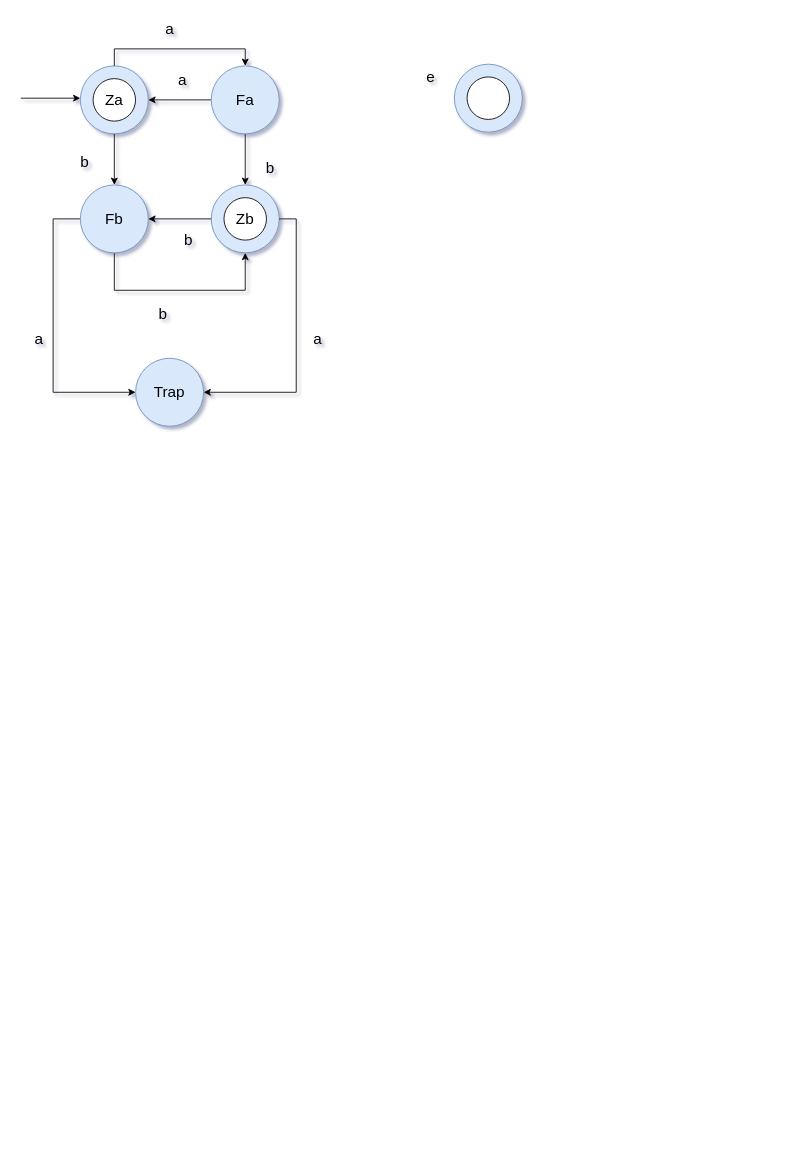
Earlier version of the draw.io diagram HW2/HW2-P.drawio (mohsenkamini/SBU_FLA). Source tidied: cells renumbered, new cells numbered last; positions are measured from the earlier drawing's top-left corner, leaving out a move shared by most shapes. Both pictures are drawn from the tidied source at 85%, with x=0, y=0 at pixel (20, 14).
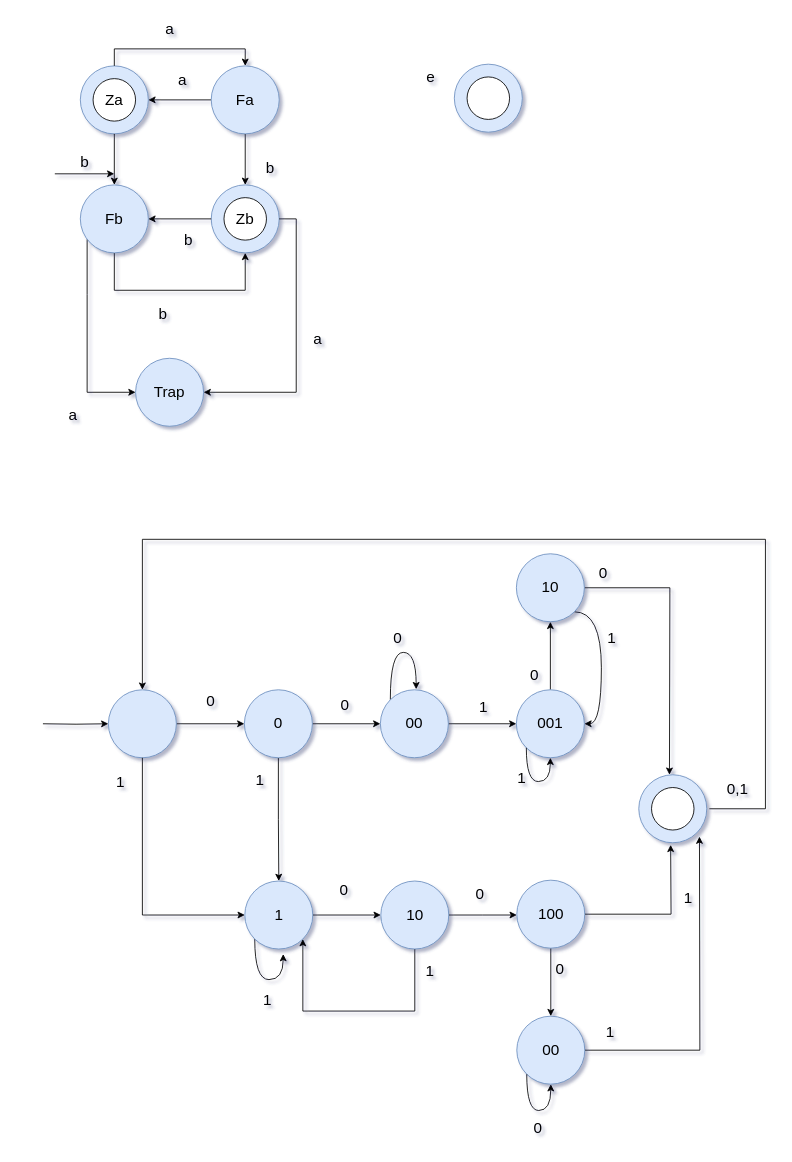
The same diagram, later.

Unchanged cells that the change refers to:
```xml
<mxCell id="18" value="Fb" style="ellipse;whiteSpace=wrap;html=1;hachureGap=4;fillColor=#dae8fc;strokeColor=#6c8ebf;rounded=0;fontSize=18;" parent="1" vertex="1">
  <mxGeometry x="70" y="200" width="80" height="80" as="geometry" />
</mxCell>
<mxCell id="28" value="Trap" style="ellipse;whiteSpace=wrap;html=1;hachureGap=4;fillColor=#dae8fc;strokeColor=#6c8ebf;rounded=0;fontSize=18;" parent="1" vertex="1">
  <mxGeometry x="135" y="404" width="80" height="80" as="geometry" />
</mxCell>
```

The edit, as a diff of the source:
```diff
@@
     <mxCell id="2" style="edgeStyle=orthogonalEdgeStyle;rounded=0;orthogonalLoop=1;jettySize=auto;html=1;exitX=1;exitY=0.5;exitDx=0;exitDy=0;entryX=0;entryY=0.5;entryDx=0;entryDy=0;fontSize=18;" parent="1" edge="1">
       <mxGeometry relative="1" as="geometry">
-        <mxPoint y="98" as="sourcePoint" />
-        <mxPoint x="70" y="98" as="targetPoint" />
+        <mxPoint x="40" y="187" as="sourcePoint" />
+        <mxPoint x="110" y="187" as="targetPoint" />
       </mxGeometry>
     </mxCell>
@@
     <mxCell id="17" style="edgeStyle=orthogonalEdgeStyle;rounded=0;jettySize=auto;html=1;entryX=0;entryY=0.5;entryDx=0;entryDy=0;fontFamily=Helvetica;fontSize=18;fontColor=default;" parent="1" edge="1" source="18" target="28">
       <mxGeometry relative="1" as="geometry">
         <Array as="points">
-          <mxPoint x="38" y="240" />
-          <mxPoint x="38" y="444" />
+          <mxPoint x="78" y="329" />
+          <mxPoint x="78" y="533" />
         </Array>
       </mxGeometry>
     </mxCell>
@@
     <mxCell id="31" value="a" style="text;html=1;align=center;verticalAlign=middle;strokeColor=none;fillColor=none;fontFamily=Helvetica;fontSize=18;fontColor=default;" parent="1" vertex="1">
-      <mxGeometry x="7" y="365" width="28" height="34" as="geometry" />
+      <mxGeometry x="47" y="454" width="28" height="34" as="geometry" />
     </mxCell>
+    <mxCell id="32" style="edgeStyle=orthogonalEdgeStyle;rounded=0;jettySize=auto;html=1;fontFamily=Helvetica;fontSize=18;fontColor=default;" parent="1" edge="1" source="33" target="37">
+      <mxGeometry relative="1" as="geometry" />
+    </mxCell>
+    <mxCell id="33" value="&lt;div&gt;&lt;br&gt;&lt;/div&gt;" style="ellipse;whiteSpace=wrap;html=1;hachureGap=4;fillColor=#dae8fc;strokeColor=#6c8ebf;rounded=0;fontSize=18;" parent="1" vertex="1">
+      <mxGeometry x="103" y="794" width="80" height="80" as="geometry" />
+    </mxCell>
+    <mxCell id="34" style="edgeStyle=orthogonalEdgeStyle;rounded=0;jettySize=auto;html=1;fontSize=18;entryX=0;entryY=0.5;entryDx=0;entryDy=0;" parent="1" edge="1" target="33">
+      <mxGeometry relative="1" as="geometry">
+        <mxPoint x="26" y="834" as="sourcePoint" />
+      </mxGeometry>
+    </mxCell>
+    <mxCell id="35" style="edgeStyle=orthogonalEdgeStyle;rounded=0;jettySize=auto;html=1;fontFamily=Helvetica;fontSize=18;fontColor=default;" parent="1" edge="1" source="37" target="40">
+      <mxGeometry relative="1" as="geometry" />
+    </mxCell>
+    <mxCell id="36" style="edgeStyle=orthogonalEdgeStyle;rounded=0;jettySize=auto;html=1;exitX=0.5;exitY=1;exitDx=0;exitDy=0;entryX=0.5;entryY=0;entryDx=0;entryDy=0;fontFamily=Helvetica;fontSize=18;fontColor=default;" parent="1" edge="1" source="37" target="46">
+      <mxGeometry relative="1" as="geometry" />
+    </mxCell>
+    <mxCell id="37" value="0" style="ellipse;whiteSpace=wrap;html=1;fontSize=18;fillColor=#dae8fc;strokeColor=#6c8ebf;hachureGap=4;rounded=0;" parent="1" vertex="1">
+      <mxGeometry x="263" y="794" width="80" height="80" as="geometry" />
+    </mxCell>
+    <mxCell id="38" style="edgeStyle=orthogonalEdgeStyle;rounded=0;jettySize=auto;html=1;fontFamily=Helvetica;fontSize=18;fontColor=default;" parent="1" edge="1" source="40" target="42">
+      <mxGeometry relative="1" as="geometry" />
+    </mxCell>
+    <mxCell id="39" style="edgeStyle=orthogonalEdgeStyle;rounded=0;jettySize=auto;html=1;exitX=0;exitY=0;exitDx=0;exitDy=0;fontFamily=Helvetica;fontSize=18;fontColor=default;curved=1;" parent="1" edge="1" source="40">
+      <mxGeometry relative="1" as="geometry">
+        <mxPoint x="465.1" y="793.4" as="targetPoint" />
+        <Array as="points">
+          <mxPoint x="435" y="750" />
+          <mxPoint x="465" y="750" />
+        </Array>
+      </mxGeometry>
+    </mxCell>
+    <mxCell id="40" value="00" style="ellipse;whiteSpace=wrap;html=1;fontSize=18;fillColor=#dae8fc;strokeColor=#6c8ebf;hachureGap=4;rounded=0;" parent="1" vertex="1">
+      <mxGeometry x="423" y="794" width="80" height="80" as="geometry" />
+    </mxCell>
+    <mxCell id="41" style="edgeStyle=orthogonalEdgeStyle;rounded=0;jettySize=auto;html=1;fontFamily=Helvetica;fontSize=18;fontColor=default;" parent="1" edge="1" source="42" target="77">
+      <mxGeometry relative="1" as="geometry" />
+    </mxCell>
+    <mxCell id="42" value="001" style="ellipse;whiteSpace=wrap;html=1;fontSize=18;fillColor=#dae8fc;strokeColor=#6c8ebf;hachureGap=4;rounded=0;" parent="1" vertex="1">
+      <mxGeometry x="583" y="794" width="80" height="80" as="geometry" />
+    </mxCell>
+    <mxCell id="43" style="edgeStyle=orthogonalEdgeStyle;rounded=0;jettySize=auto;html=1;fontFamily=Helvetica;fontSize=18;fontColor=default;exitX=0.5;exitY=1;exitDx=0;exitDy=0;" parent="1" edge="1" source="33" target="46">
+      <mxGeometry relative="1" as="geometry">
+        <Array as="points">
+          <mxPoint x="143" y="1059" />
+        </Array>
+      </mxGeometry>
+    </mxCell>
+    <mxCell id="44" style="edgeStyle=orthogonalEdgeStyle;rounded=0;jettySize=auto;html=1;fontFamily=Helvetica;fontSize=18;fontColor=default;" parent="1" edge="1" source="46" target="49">
+      <mxGeometry relative="1" as="geometry" />
+    </mxCell>
+    <mxCell id="45" style="edgeStyle=orthogonalEdgeStyle;rounded=0;jettySize=auto;html=1;exitX=0;exitY=1;exitDx=0;exitDy=0;fontFamily=Helvetica;fontSize=18;fontColor=default;curved=1;" parent="1" edge="1" source="46">
+      <mxGeometry relative="1" as="geometry">
+        <mxPoint x="308.7" y="1104.9" as="targetPoint" />
+        <Array as="points">
+          <mxPoint x="275" y="1135" />
+          <mxPoint x="309" y="1135" />
+        </Array>
+      </mxGeometry>
+    </mxCell>
+    <mxCell id="46" value="1" style="ellipse;whiteSpace=wrap;html=1;fontSize=18;fillColor=#dae8fc;strokeColor=#6c8ebf;hachureGap=4;rounded=0;" parent="1" vertex="1">
+      <mxGeometry x="263.5" y="1019" width="80" height="80" as="geometry" />
+    </mxCell>
+    <mxCell id="47" style="edgeStyle=orthogonalEdgeStyle;rounded=0;jettySize=auto;html=1;fontFamily=Helvetica;fontSize=18;fontColor=default;" parent="1" edge="1" source="49">
+      <mxGeometry relative="1" as="geometry">
+        <mxPoint x="583.5" y="1059" as="targetPoint" />
+      </mxGeometry>
+    </mxCell>
+    <mxCell id="48" style="edgeStyle=orthogonalEdgeStyle;rounded=0;jettySize=auto;html=1;exitX=0.5;exitY=1;exitDx=0;exitDy=0;entryX=1;entryY=1;entryDx=0;entryDy=0;fontFamily=Helvetica;fontSize=18;fontColor=default;" parent="1" edge="1" source="49" target="46">
+      <mxGeometry relative="1" as="geometry">
+        <Array as="points">
+          <mxPoint x="464" y="1172" />
+          <mxPoint x="332" y="1172" />
+        </Array>
+      </mxGeometry>
+    </mxCell>
+    <mxCell id="49" value="10" style="ellipse;whiteSpace=wrap;html=1;fontSize=18;fillColor=#dae8fc;strokeColor=#6c8ebf;hachureGap=4;rounded=0;" parent="1" vertex="1">
+      <mxGeometry x="423.5" y="1019" width="80" height="80" as="geometry" />
+    </mxCell>
+    <mxCell id="50" style="edgeStyle=orthogonalEdgeStyle;rounded=0;jettySize=auto;html=1;exitX=1;exitY=0.5;exitDx=0;exitDy=0;fontFamily=Helvetica;fontSize=18;fontColor=default;" parent="1" edge="1" source="52">
+      <mxGeometry relative="1" as="geometry">
+        <mxPoint x="764.5" y="976.4" as="targetPoint" />
+      </mxGeometry>
+    </mxCell>
+    <mxCell id="51" style="edgeStyle=orthogonalEdgeStyle;rounded=0;jettySize=auto;html=1;fontFamily=Helvetica;fontSize=18;fontColor=default;" parent="1" edge="1" source="52" target="68">
+      <mxGeometry relative="1" as="geometry" />
+    </mxCell>
+    <mxCell id="52" value="100" style="ellipse;whiteSpace=wrap;html=1;fontSize=18;fillColor=#dae8fc;strokeColor=#6c8ebf;hachureGap=4;rounded=0;" parent="1" vertex="1">
+      <mxGeometry x="583.5" y="1018" width="80" height="80" as="geometry" />
+    </mxCell>
+    <mxCell id="53" value="0" style="text;html=1;align=center;verticalAlign=middle;strokeColor=none;fillColor=none;fontFamily=Helvetica;fontSize=18;fontColor=default;" parent="1" vertex="1">
+      <mxGeometry x="209" y="790" width="28" height="34" as="geometry" />
+    </mxCell>
+    <mxCell id="54" value="0" style="text;html=1;align=center;verticalAlign=middle;strokeColor=none;fillColor=none;fontFamily=Helvetica;fontSize=18;fontColor=default;" parent="1" vertex="1">
+      <mxGeometry x="367" y="795" width="28" height="34" as="geometry" />
+    </mxCell>
+    <mxCell id="55" value="1" style="text;html=1;align=center;verticalAlign=middle;strokeColor=none;fillColor=none;fontFamily=Helvetica;fontSize=18;fontColor=default;" parent="1" vertex="1">
+      <mxGeometry x="530" y="798" width="28" height="34" as="geometry" />
+    </mxCell>
+    <mxCell id="56" value="1" style="text;html=1;align=center;verticalAlign=middle;strokeColor=none;fillColor=none;fontFamily=Helvetica;fontSize=18;fontColor=default;" parent="1" vertex="1">
+      <mxGeometry x="103" y="886" width="28" height="34" as="geometry" />
+    </mxCell>
+    <mxCell id="57" value="0" style="text;html=1;align=center;verticalAlign=middle;strokeColor=none;fillColor=none;fontFamily=Helvetica;fontSize=18;fontColor=default;" parent="1" vertex="1">
+      <mxGeometry x="365.5" y="1013" width="28" height="34" as="geometry" />
+    </mxCell>
+    <mxCell id="58" value="0" style="text;html=1;align=center;verticalAlign=middle;strokeColor=none;fillColor=none;fontFamily=Helvetica;fontSize=18;fontColor=default;" parent="1" vertex="1">
+      <mxGeometry x="525.5" y="1018" width="28" height="34" as="geometry" />
+    </mxCell>
+    <mxCell id="59" value="1" style="text;html=1;align=center;verticalAlign=middle;strokeColor=none;fillColor=none;fontFamily=Helvetica;fontSize=18;fontColor=default;" parent="1" vertex="1">
+      <mxGeometry x="276" y="1142" width="28" height="34" as="geometry" />
+    </mxCell>
+    <mxCell id="60" value="1" style="text;html=1;align=center;verticalAlign=middle;strokeColor=none;fillColor=none;fontFamily=Helvetica;fontSize=18;fontColor=default;" parent="1" vertex="1">
+      <mxGeometry x="467" y="1108" width="28" height="34" as="geometry" />
+    </mxCell>
+    <mxCell id="61" value="1" style="text;html=1;align=center;verticalAlign=middle;strokeColor=none;fillColor=none;fontFamily=Helvetica;fontSize=18;fontColor=default;" parent="1" vertex="1">
+      <mxGeometry x="267" y="883" width="28" height="34" as="geometry" />
+    </mxCell>
+    <mxCell id="62" value="0" style="text;html=1;align=center;verticalAlign=middle;strokeColor=none;fillColor=none;fontFamily=Helvetica;fontSize=18;fontColor=default;" parent="1" vertex="1">
+      <mxGeometry x="429" y="716" width="28" height="34" as="geometry" />
+    </mxCell>
+    <mxCell id="63" style="group;" parent="1" vertex="1">
+      <mxGeometry x="727" y="894" width="80" height="80" as="geometry" />
+    </mxCell>
+    <mxCell id="64" style="ellipse;whiteSpace=wrap;html=1;hachureGap=4;fillColor=#dae8fc;strokeColor=#6c8ebf;rounded=0;fontSize=18;" parent="63" vertex="1">
+      <mxGeometry width="80" height="80" as="geometry" />
+    </mxCell>
+    <mxCell id="65" style="ellipse;whiteSpace=wrap;html=1;hachureGap=4;rounded=0;fontSize=18;" parent="63" vertex="1">
+      <mxGeometry x="15" y="15" width="50" height="50" as="geometry" />
+    </mxCell>
+    <mxCell id="66" value="1" style="text;html=1;align=center;verticalAlign=middle;strokeColor=none;fillColor=none;fontFamily=Helvetica;fontSize=18;fontColor=default;" parent="1" vertex="1">
+      <mxGeometry x="771" y="1022" width="28" height="34" as="geometry" />
+    </mxCell>
+    <mxCell id="67" style="edgeStyle=orthogonalEdgeStyle;rounded=0;jettySize=auto;html=1;fontFamily=Helvetica;fontSize=18;fontColor=default;" parent="1" edge="1" source="68">
+      <mxGeometry relative="1" as="geometry">
+        <mxPoint x="798.4" y="966.7" as="targetPoint" />
+      </mxGeometry>
+    </mxCell>
+    <mxCell id="68" value="00" style="ellipse;whiteSpace=wrap;html=1;fontSize=18;fillColor=#dae8fc;strokeColor=#6c8ebf;hachureGap=4;rounded=0;" parent="1" vertex="1">
+      <mxGeometry x="583.5" y="1178" width="80" height="80" as="geometry" />
+    </mxCell>
+    <mxCell id="69" value="0" style="text;html=1;align=center;verticalAlign=middle;strokeColor=none;fillColor=none;fontFamily=Helvetica;fontSize=18;fontColor=default;" parent="1" vertex="1">
+      <mxGeometry x="620" y="1106" width="28" height="34" as="geometry" />
+    </mxCell>
+    <mxCell id="70" value="1" style="text;html=1;align=center;verticalAlign=middle;strokeColor=none;fillColor=none;fontFamily=Helvetica;fontSize=18;fontColor=default;" parent="1" vertex="1">
+      <mxGeometry x="679" y="1180" width="28" height="34" as="geometry" />
+    </mxCell>
+    <mxCell id="71" style="edgeStyle=orthogonalEdgeStyle;rounded=0;orthogonalLoop=1;jettySize=auto;html=1;exitX=0;exitY=1;exitDx=0;exitDy=0;entryX=0.5;entryY=1;entryDx=0;entryDy=0;fontFamily=Helvetica;fontSize=18;fontColor=default;curved=1;" parent="1" edge="1" source="68" target="68">
+      <mxGeometry relative="1" as="geometry">
+        <Array as="points">
+          <mxPoint x="595" y="1289" />
+          <mxPoint x="624" y="1289" />
+        </Array>
+      </mxGeometry>
+    </mxCell>
+    <mxCell id="72" value="0" style="text;html=1;align=center;verticalAlign=middle;strokeColor=none;fillColor=none;fontFamily=Helvetica;fontSize=18;fontColor=default;" parent="1" vertex="1">
+      <mxGeometry x="594" y="1293" width="28" height="34" as="geometry" />
+    </mxCell>
+    <mxCell id="73" style="edgeStyle=orthogonalEdgeStyle;rounded=0;jettySize=auto;html=1;entryX=0.5;entryY=0;entryDx=0;entryDy=0;fontFamily=Helvetica;fontSize=18;fontColor=default;" parent="1" edge="1" target="33">
+      <mxGeometry relative="1" as="geometry">
+        <mxPoint x="810" y="934" as="sourcePoint" />
+        <Array as="points">
+          <mxPoint x="876" y="934" />
+          <mxPoint x="876" y="617" />
+          <mxPoint x="143" y="617" />
+        </Array>
+      </mxGeometry>
+    </mxCell>
+    <mxCell id="74" value="0,1" style="text;html=1;align=center;verticalAlign=middle;strokeColor=none;fillColor=none;fontFamily=Helvetica;fontSize=18;fontColor=default;" parent="1" vertex="1">
+      <mxGeometry x="821" y="894" width="43" height="34" as="geometry" />
+    </mxCell>
+    <mxCell id="75" style="edgeStyle=orthogonalEdgeStyle;rounded=0;jettySize=auto;html=1;exitX=1;exitY=0.5;exitDx=0;exitDy=0;fontFamily=Helvetica;fontSize=18;fontColor=default;" parent="1" edge="1" source="77">
+      <mxGeometry relative="1" as="geometry">
+        <mxPoint x="763.1" y="894" as="targetPoint" />
+      </mxGeometry>
+    </mxCell>
+    <mxCell id="76" style="edgeStyle=orthogonalEdgeStyle;rounded=0;jettySize=auto;html=1;exitX=1;exitY=1;exitDx=0;exitDy=0;entryX=1;entryY=0.5;entryDx=0;entryDy=0;fontFamily=Helvetica;fontSize=18;fontColor=default;curved=1;" parent="1" edge="1" source="77" target="42">
+      <mxGeometry relative="1" as="geometry">
+        <Array as="points">
+          <mxPoint x="683" y="702" />
+          <mxPoint x="683" y="834" />
+        </Array>
+      </mxGeometry>
+    </mxCell>
+    <mxCell id="77" value="10" style="ellipse;whiteSpace=wrap;html=1;fontSize=18;fillColor=#dae8fc;strokeColor=#6c8ebf;hachureGap=4;rounded=0;" parent="1" vertex="1">
+      <mxGeometry x="583" y="634" width="80" height="80" as="geometry" />
+    </mxCell>
+    <mxCell id="78" style="edgeStyle=orthogonalEdgeStyle;rounded=0;orthogonalLoop=1;jettySize=auto;html=1;exitX=0;exitY=1;exitDx=0;exitDy=0;entryX=0.5;entryY=1;entryDx=0;entryDy=0;fontFamily=Helvetica;fontSize=18;fontColor=default;curved=1;" parent="1" edge="1" source="42" target="42">
+      <mxGeometry relative="1" as="geometry">
+        <Array as="points">
+          <mxPoint x="595" y="902" />
+          <mxPoint x="623" y="902" />
+        </Array>
+      </mxGeometry>
+    </mxCell>
+    <mxCell id="79" value="1" style="text;html=1;align=center;verticalAlign=middle;strokeColor=none;fillColor=none;fontFamily=Helvetica;fontSize=18;fontColor=default;" parent="1" vertex="1">
+      <mxGeometry x="575" y="881" width="28" height="34" as="geometry" />
+    </mxCell>
+    <mxCell id="80" value="0" style="text;html=1;align=center;verticalAlign=middle;strokeColor=none;fillColor=none;fontFamily=Helvetica;fontSize=18;fontColor=default;" parent="1" vertex="1">
+      <mxGeometry x="590" y="760" width="28" height="34" as="geometry" />
+    </mxCell>
+    <mxCell id="81" value="0" style="text;html=1;align=center;verticalAlign=middle;strokeColor=none;fillColor=none;fontFamily=Helvetica;fontSize=18;fontColor=default;" parent="1" vertex="1">
+      <mxGeometry x="671" y="640" width="28" height="34" as="geometry" />
+    </mxCell>
+    <mxCell id="82" value="1" style="text;html=1;align=center;verticalAlign=middle;strokeColor=none;fillColor=none;fontFamily=Helvetica;fontSize=18;fontColor=default;" parent="1" vertex="1">
+      <mxGeometry x="681" y="717" width="28" height="34" as="geometry" />
+    </mxCell>
```
